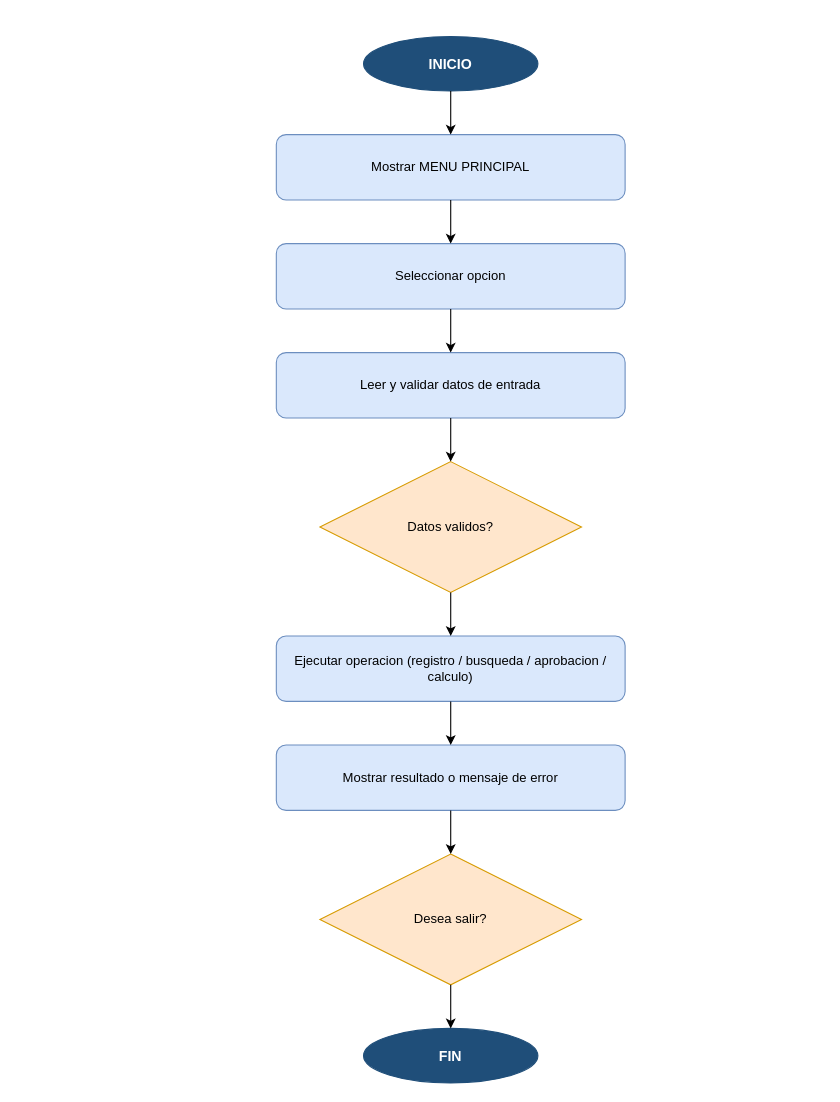
Before: drawio/flujo_aplicacion.drawio in marlo4220mc/sistema-horas-extras, a draw.io diagram. Source tidied: cells renumbered, new cells numbered last; positions are measured from the earlier drawing's top-left corner, leaving out a move shared by most shapes. Both pictures are drawn from the tidied source at 109%, with x=0, y=0 at pixel (276, 36).
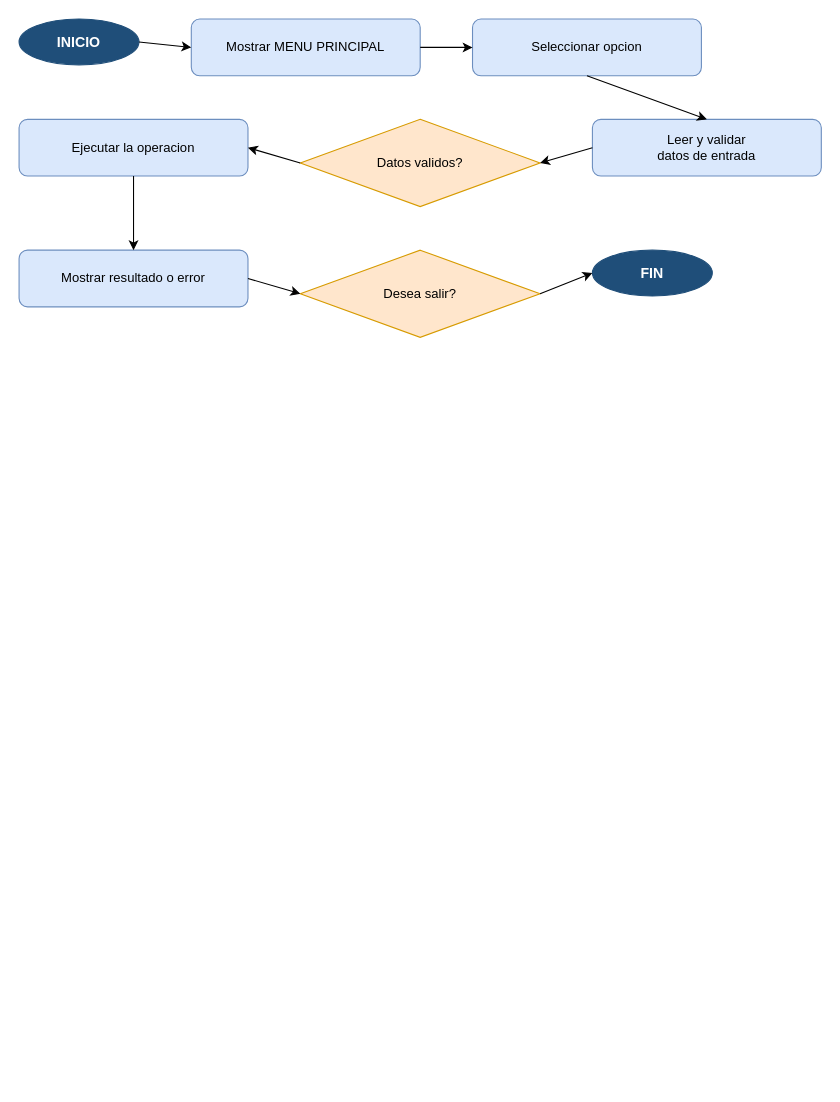
After the change.

Change to the diagram source:
```diff
@@
 <mxGraphModel>
   <root>
     <mxCell id="0" />
     <mxCell id="1" parent="0" />
     <mxCell id="2" value="INICIO" style="ellipse;whiteSpace=wrap;html=1;fillColor=#1f4e79;fontColor=#ffffff;strokeColor=#1f4e79;fontStyle=1;fontSize=13;" parent="1" vertex="1">
-      <mxGeometry x="80" width="160" height="50" as="geometry" />
+      <mxGeometry x="-236" y="-16" width="110" height="42" as="geometry" />
     </mxCell>
     <mxCell id="3" value="Mostrar MENU PRINCIPAL" style="rounded=1;whiteSpace=wrap;html=1;fillColor=#dae8fc;strokeColor=#6c8ebf;fontSize=12;" parent="1" vertex="1">
-      <mxGeometry y="90" width="320" height="60" as="geometry" />
+      <mxGeometry x="-78" y="-16" width="210" height="52" as="geometry" />
     </mxCell>
-    <mxCell id="4" style="endArrow=classic;html=1;exitX=0.5;exitY=1;entryX=0.5;entryY=0;" parent="1" edge="1" source="2" target="3">
+    <mxCell id="4" style="endArrow=classic;html=1;exitX=1;exitY=0.5;entryX=0;entryY=0.5;" parent="1" edge="1" source="2" target="3">
       <mxGeometry relative="1" as="geometry" />
     </mxCell>
     <mxCell id="5" value="Seleccionar opcion" style="rounded=1;whiteSpace=wrap;html=1;fillColor=#dae8fc;strokeColor=#6c8ebf;fontSize=12;" parent="1" vertex="1">
-      <mxGeometry y="190" width="320" height="60" as="geometry" />
+      <mxGeometry x="180" y="-16" width="210" height="52" as="geometry" />
     </mxCell>
-    <mxCell id="6" style="endArrow=classic;html=1;exitX=0.5;exitY=1;entryX=0.5;entryY=0;" parent="1" edge="1" source="3" target="5">
+    <mxCell id="6" style="endArrow=classic;html=1;exitX=1;exitY=0.5;entryX=0;entryY=0.5;" parent="1" edge="1" source="3" target="5">
       <mxGeometry relative="1" as="geometry" />
     </mxCell>
-    <mxCell id="7" value="Leer y validar datos de entrada" style="rounded=1;whiteSpace=wrap;html=1;fillColor=#dae8fc;strokeColor=#6c8ebf;fontSize=12;" parent="1" vertex="1">
-      <mxGeometry y="290" width="320" height="60" as="geometry" />
+    <mxCell id="7" value="Leer y validar&#10;datos de entrada" style="rounded=1;whiteSpace=wrap;html=1;fillColor=#dae8fc;strokeColor=#6c8ebf;fontSize=12;" parent="1" vertex="1">
+      <mxGeometry x="290" y="76" width="210" height="52" as="geometry" />
     </mxCell>
     <mxCell id="8" style="endArrow=classic;html=1;exitX=0.5;exitY=1;entryX=0.5;entryY=0;" parent="1" edge="1" source="5" target="7">
       <mxGeometry relative="1" as="geometry" />
     </mxCell>
     <mxCell id="9" value="Datos validos?" style="rhombus;whiteSpace=wrap;html=1;fillColor=#ffe6cc;strokeColor=#d79b00;fontSize=12;" parent="1" vertex="1">
-      <mxGeometry x="40" y="390" width="240" height="120" as="geometry" />
+      <mxGeometry x="22" y="76" width="220" height="80" as="geometry" />
     </mxCell>
-    <mxCell id="10" style="endArrow=classic;html=1;exitX=0.5;exitY=1;entryX=0.5;entryY=0;" parent="1" edge="1" source="7" target="9">
+    <mxCell id="10" style="endArrow=classic;html=1;exitX=0;exitY=0.5;entryX=1;entryY=0.5;" parent="1" edge="1" source="7" target="9">
       <mxGeometry relative="1" as="geometry" />
     </mxCell>
-    <mxCell id="11" value="Ejecutar operacion (registro / busqueda / aprobacion / calculo)" style="rounded=1;whiteSpace=wrap;html=1;fillColor=#dae8fc;strokeColor=#6c8ebf;fontSize=12;" parent="1" vertex="1">
-      <mxGeometry y="550" width="320" height="60" as="geometry" />
+    <mxCell id="11" value="Ejecutar la operacion" style="rounded=1;whiteSpace=wrap;html=1;fillColor=#dae8fc;strokeColor=#6c8ebf;fontSize=12;" parent="1" vertex="1">
+      <mxGeometry x="-236" y="76" width="210" height="52" as="geometry" />
     </mxCell>
-    <mxCell id="12" style="endArrow=classic;html=1;exitX=0.5;exitY=1;entryX=0.5;entryY=0;" parent="1" edge="1" source="9" target="11">
+    <mxCell id="12" style="endArrow=classic;html=1;exitX=0;exitY=0.5;entryX=1;entryY=0.5;" parent="1" edge="1" source="9" target="11">
       <mxGeometry relative="1" as="geometry" />
     </mxCell>
-    <mxCell id="13" value="Mostrar resultado o mensaje de error" style="rounded=1;whiteSpace=wrap;html=1;fillColor=#dae8fc;strokeColor=#6c8ebf;fontSize=12;" parent="1" vertex="1">
-      <mxGeometry y="650" width="320" height="60" as="geometry" />
+    <mxCell id="13" value="Mostrar resultado o error" style="rounded=1;whiteSpace=wrap;html=1;fillColor=#dae8fc;strokeColor=#6c8ebf;fontSize=12;" parent="1" vertex="1">
+      <mxGeometry x="-236" y="196" width="210" height="52" as="geometry" />
     </mxCell>
     <mxCell id="14" style="endArrow=classic;html=1;exitX=0.5;exitY=1;entryX=0.5;entryY=0;" parent="1" edge="1" source="11" target="13">
       <mxGeometry relative="1" as="geometry" />
     </mxCell>
     <mxCell id="15" value="Desea salir?" style="rhombus;whiteSpace=wrap;html=1;fillColor=#ffe6cc;strokeColor=#d79b00;fontSize=12;" parent="1" vertex="1">
-      <mxGeometry x="40" y="750" width="240" height="120" as="geometry" />
+      <mxGeometry x="22" y="196" width="220" height="80" as="geometry" />
     </mxCell>
-    <mxCell id="16" style="endArrow=classic;html=1;exitX=0.5;exitY=1;entryX=0.5;entryY=0;" parent="1" edge="1" source="13" target="15">
+    <mxCell id="16" style="endArrow=classic;html=1;exitX=1;exitY=0.5;entryX=0;entryY=0.5;" parent="1" edge="1" source="13" target="15">
       <mxGeometry relative="1" as="geometry" />
     </mxCell>
     <mxCell id="17" value="FIN" style="ellipse;whiteSpace=wrap;html=1;fillColor=#1f4e79;fontColor=#ffffff;strokeColor=#1f4e79;fontStyle=1;fontSize=13;" parent="1" vertex="1">
-      <mxGeometry x="80" y="910" width="160" height="50" as="geometry" />
+      <mxGeometry x="290" y="196" width="110" height="42" as="geometry" />
     </mxCell>
-    <mxCell id="18" style="endArrow=classic;html=1;exitX=0.5;exitY=1;entryX=0.5;entryY=0;" parent="1" edge="1" source="15" target="17">
+    <mxCell id="18" style="endArrow=classic;html=1;exitX=1;exitY=0.5;entryX=0;entryY=0.5;" parent="1" edge="1" source="15" target="17">
       <mxGeometry relative="1" as="geometry" />
     </mxCell>
   </root>
 </mxGraphModel>
```
